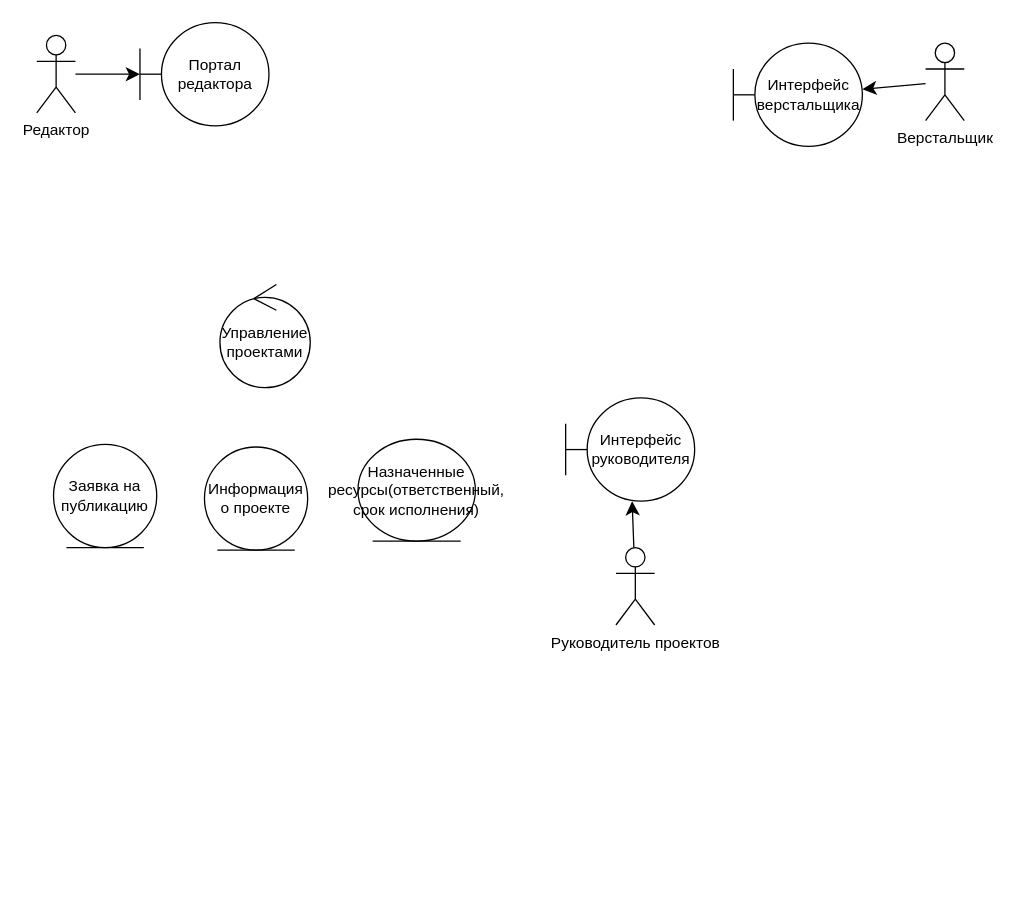
Before: ortps_4_0.drawio in danaddi/draw.io, a draw.io diagram. Source tidied: cells renumbered, new cells numbered last; positions are measured from the earlier drawing's top-left corner, leaving out a move shared by most shapes. Both pictures are drawn from the tidied source at 129%, with x=0, y=0 at pixel (36, 22).
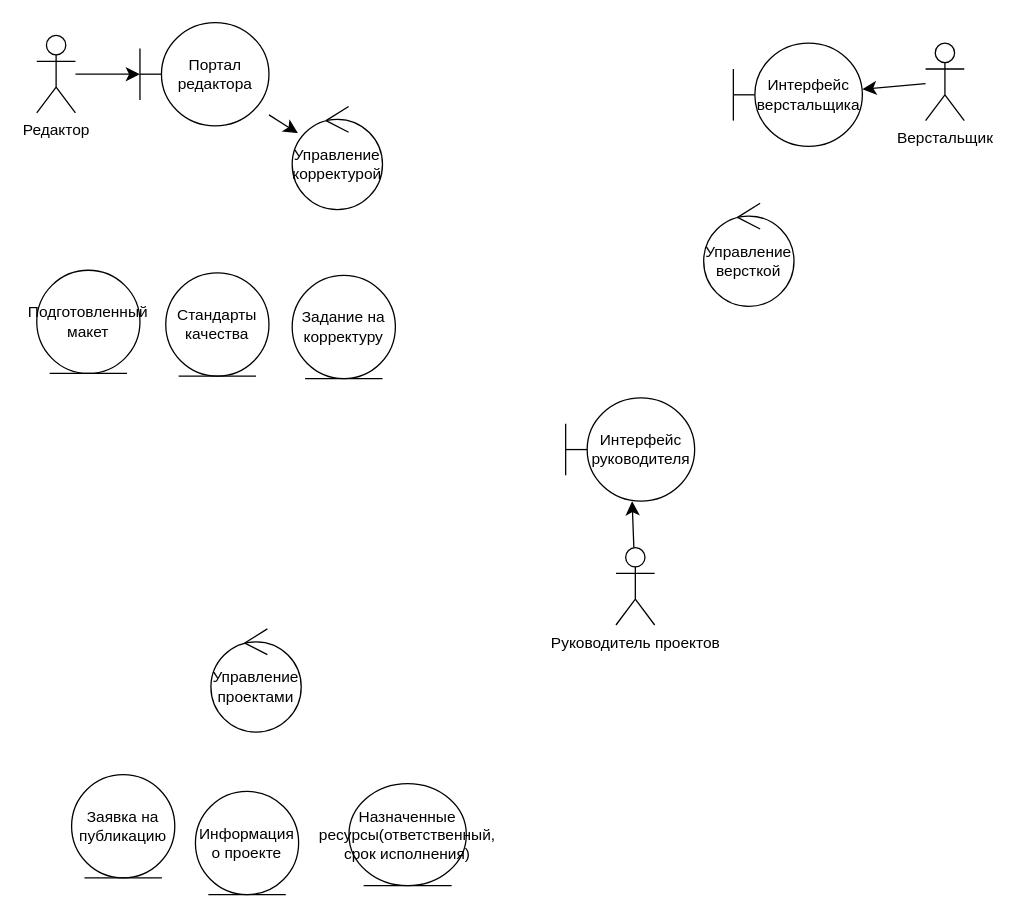
Above is the later version.

The change refers to these unchanged cells:
```xml
<mxCell id="3" value="Портал редактора" style="shape=umlBoundary;whiteSpace=wrap;html=1;" parent="1" vertex="1">
  <mxGeometry x="80" width="100" height="80" as="geometry" />
</mxCell>
```

What changed in the source:
```diff
@@
     <mxCell id="2" value="Управление проектами" style="ellipse;shape=umlControl;whiteSpace=wrap;html=1;" parent="1" vertex="1">
-      <mxGeometry x="142" y="203" width="70" height="80" as="geometry" />
+      <mxGeometry x="135" y="470" width="70" height="80" as="geometry" />
     </mxCell>
+    <mxCell id="15" style="edgeStyle=none;curved=1;rounded=0;jettySize=auto;html=1;fontSize=12;startSize=8;endSize=8;" parent="1" edge="1" source="3" target="16">
+      <mxGeometry relative="1" as="geometry" />
+    </mxCell>
@@
     <mxCell id="5" value="Заявка на публикацию" style="ellipse;shape=umlEntity;whiteSpace=wrap;html=1;" parent="1" vertex="1">
-      <mxGeometry x="13" y="327" width="80" height="80" as="geometry" />
+      <mxGeometry x="27" y="583" width="80" height="80" as="geometry" />
     </mxCell>
     <mxCell id="6" value="Информация о проекте" style="ellipse;shape=umlEntity;whiteSpace=wrap;html=1;" parent="1" vertex="1">
-      <mxGeometry x="130" y="329" width="80" height="80" as="geometry" />
+      <mxGeometry x="123" y="596" width="80" height="80" as="geometry" />
     </mxCell>
     <mxCell id="7" value="Назначенные ресурсы(ответственный, срок исполнения)" style="ellipse;shape=umlEntity;whiteSpace=wrap;html=1;" parent="1" vertex="1">
-      <mxGeometry x="249" y="323" width="91" height="79" as="geometry" />
+      <mxGeometry x="242" y="590" width="91" height="79" as="geometry" />
     </mxCell>
@@
+    <mxCell id="16" value="Управление корректурой" style="ellipse;shape=umlControl;whiteSpace=wrap;html=1;" parent="1" vertex="1">
+      <mxGeometry x="198" y="65" width="70" height="80" as="geometry" />
+    </mxCell>
+    <mxCell id="17" value="Управление версткой" style="ellipse;shape=umlControl;whiteSpace=wrap;html=1;" parent="1" vertex="1">
+      <mxGeometry x="517" y="140" width="70" height="80" as="geometry" />
+    </mxCell>
+    <mxCell id="18" value="Стандарты качества" style="ellipse;shape=umlEntity;whiteSpace=wrap;html=1;" parent="1" vertex="1">
+      <mxGeometry x="100" y="194" width="80" height="80" as="geometry" />
+    </mxCell>
+    <mxCell id="19" value="Подготовленный макет" style="ellipse;shape=umlEntity;whiteSpace=wrap;html=1;" parent="1" vertex="1">
+      <mxGeometry y="192" width="80" height="80" as="geometry" />
+    </mxCell>
+    <mxCell id="20" value="Задание на корректуру" style="ellipse;shape=umlEntity;whiteSpace=wrap;html=1;" parent="1" vertex="1">
+      <mxGeometry x="198" y="196" width="80" height="80" as="geometry" />
+    </mxCell>
```
